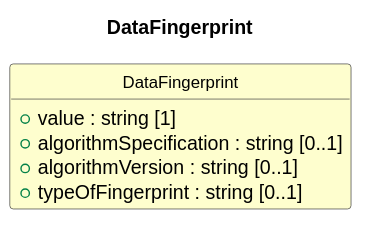
Earlier version of the PlantUML export cdif-uml-model/DataDescriptionWithStructure/Classes/DataFingerprint.svg (Cross-Domain-Interoperability-Framework/metadataBuildingBlocks). Its diagram source:
```plantuml
@startuml
title DataFingerprint
hide circle
hide empty members
skinparam shadowing false
skinparam ArrowThickness 1.2
skinparam class {
  ArrowColor #404040
  BorderColor #404040
  FontSize 12
}

class "DataFingerprint" as DataFingerprint #FEFECE {
  +value : string [1]
  +algorithmSpecification : string [0..1]
  +algorithmVersion : string [0..1]
  +typeOfFingerprint : string [0..1]
}
@enduml
```
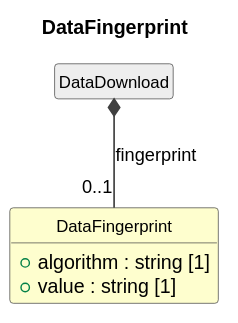
Above is the later version.

Diff of the diagram source:
```diff
@@ -11,9 +11,9 @@
 }
 
 class "DataFingerprint" as DataFingerprint #FEFECE {
+  +algorithm : string [1]
   +value : string [1]
-  +algorithmSpecification : string [0..1]
-  +algorithmVersion : string [0..1]
-  +typeOfFingerprint : string [0..1]
 }
+class "DataDownload" as DataDownload #EEEEEE
+DataDownload *-- "0..1" DataFingerprint : fingerprint
 @enduml
```
